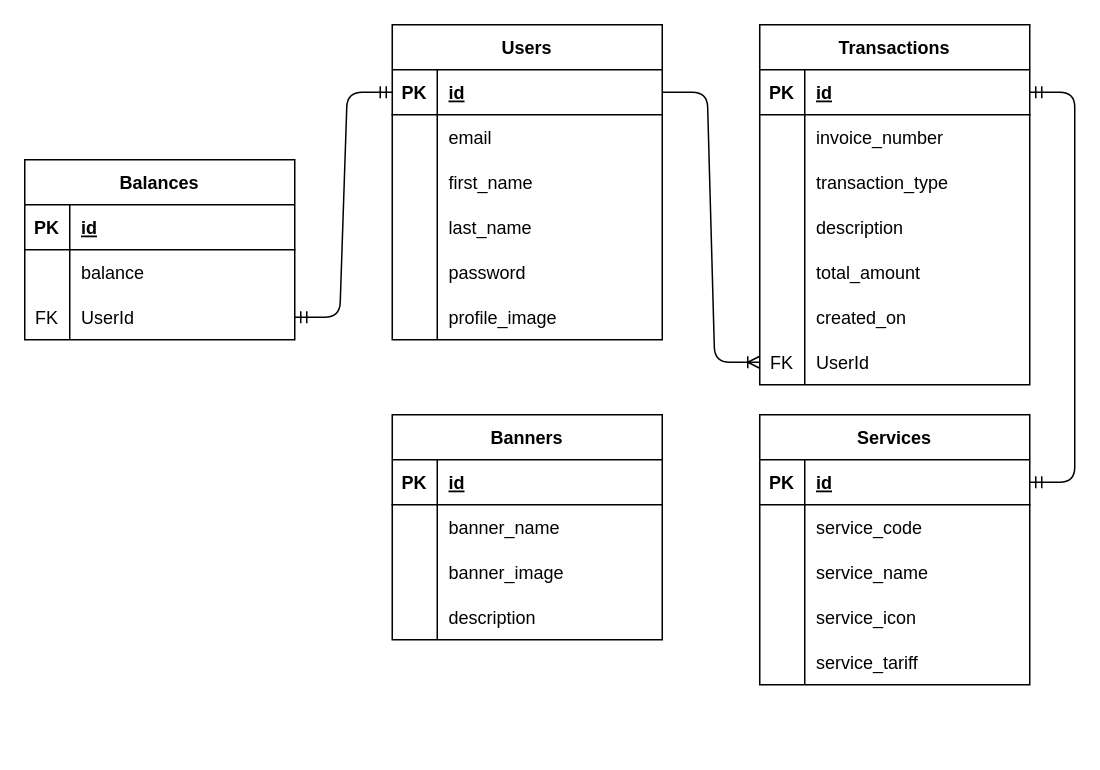
This is database-ERD.drawio from He12u/tht-api-nutech-integrasi, a draw.io file, before an edit. Source tidied: cells renumbered, new cells numbered last; positions are measured from the earlier drawing's top-left corner, leaving out a move shared by most shapes. Both pictures are drawn from the tidied source at 150%, with x=0, y=0 at pixel (24, 24).
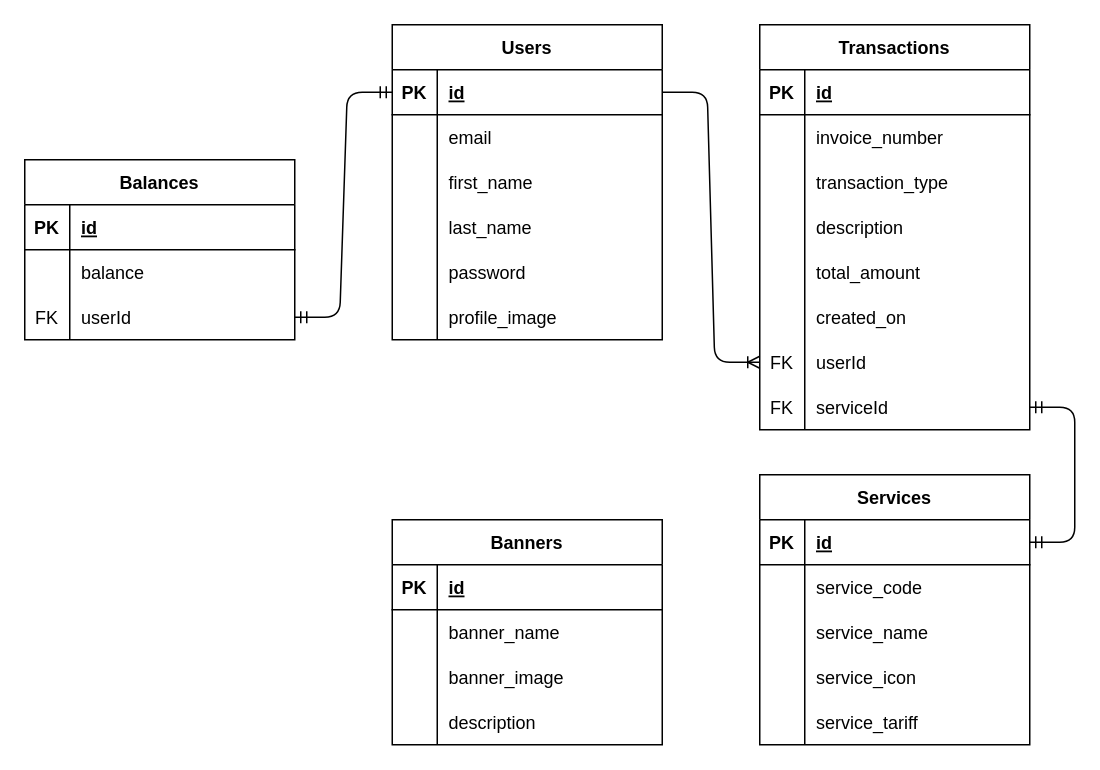
The same diagram, later.

Unchanged cells that the change refers to:
```xml
<mxCell id="28" style="shape=tableRow;horizontal=0;startSize=0;swimlaneHead=0;swimlaneBody=0;fillColor=none;points=[[0,0.5],[1,0.5]];portConstraint=eastwest;top=0;left=0;right=0;bottom=0;" parent="21" vertex="1">
  <mxGeometry y="90" width="180" height="30" as="geometry" />
</mxCell>
<mxCell id="32" style="shape=tableRow;horizontal=0;startSize=0;swimlaneHead=0;swimlaneBody=0;fillColor=none;points=[[0,0.5],[1,0.5]];portConstraint=eastwest;top=0;left=0;right=0;bottom=1;" parent="31" vertex="1">
  <mxGeometry y="30" width="180" height="30" as="geometry" />
</mxCell>
<mxCell id="50" style="shape=tableRow;horizontal=0;startSize=0;swimlaneHead=0;swimlaneBody=0;fillColor=none;points=[[0,0.5],[1,0.5]];portConstraint=eastwest;top=0;left=0;right=0;bottom=0;" parent="31" vertex="1">
  <mxGeometry y="210" width="180" height="30" as="geometry" />
</mxCell>
<mxCell id="67" style="shape=tableRow;horizontal=0;startSize=0;swimlaneHead=0;swimlaneBody=0;fillColor=none;points=[[0,0.5],[1,0.5]];portConstraint=eastwest;top=0;left=0;right=0;bottom=1;" parent="66" vertex="1">
  <mxGeometry y="30" width="180" height="30" as="geometry" />
</mxCell>
```

Change to the diagram source:
```diff
@@
-    <mxCell id="30" value="UserId" style="shape=partialRectangle;fillColor=none;top=0;left=0;bottom=0;right=0;align=left;spacingLeft=6;overflow=hidden;" parent="28" vertex="1">
+    <mxCell id="30" value="userId" style="shape=partialRectangle;fillColor=none;top=0;left=0;bottom=0;right=0;align=left;spacingLeft=6;overflow=hidden;" parent="28" vertex="1">
       <mxGeometry x="30" width="150" height="30" as="geometry" />
     </mxCell>
     <mxCell id="31" value="Transactions" style="shape=table;startSize=30;childLayout=tableLayout;rowLines=0;fontStyle=1;align=center;" parent="1" vertex="1">
-      <mxGeometry x="490" width="180" height="240" as="geometry" />
+      <mxGeometry x="490" width="180" height="270" as="geometry" />
     </mxCell>
@@
-    <mxCell id="52" value="UserId" style="shape=partialRectangle;fillColor=none;top=0;left=0;bottom=0;right=0;align=left;spacingLeft=6;overflow=hidden;" parent="50" vertex="1">
+    <mxCell id="52" value="userId" style="shape=partialRectangle;fillColor=none;top=0;left=0;bottom=0;right=0;align=left;spacingLeft=6;overflow=hidden;" parent="50" vertex="1">
       <mxGeometry x="30" width="150" height="30" as="geometry" />
     </mxCell>
+    <mxCell id="85" style="shape=tableRow;horizontal=0;startSize=0;swimlaneHead=0;swimlaneBody=0;fillColor=none;points=[[0,0.5],[1,0.5]];portConstraint=eastwest;top=0;left=0;right=0;bottom=0;" parent="31" vertex="1">
+      <mxGeometry y="240" width="180" height="30" as="geometry" />
+    </mxCell>
+    <mxCell id="86" value="FK" style="shape=partialRectangle;fillColor=none;top=0;left=0;bottom=0;right=0;overflow=hidden;" parent="85" vertex="1">
+      <mxGeometry width="30" height="30" as="geometry" />
+    </mxCell>
+    <mxCell id="87" value="serviceId" style="shape=partialRectangle;fillColor=none;top=0;left=0;bottom=0;right=0;align=left;spacingLeft=6;overflow=hidden;" parent="85" vertex="1">
+      <mxGeometry x="30" width="150" height="30" as="geometry" />
+    </mxCell>
     <mxCell id="53" value="Banners" style="shape=table;startSize=30;childLayout=tableLayout;rowLines=0;fontStyle=1;align=center;" parent="1" vertex="1">
-      <mxGeometry x="245" y="260" width="180" height="150" as="geometry" />
+      <mxGeometry x="245" y="330" width="180" height="150" as="geometry" />
     </mxCell>
@@
     <mxCell id="66" value="Services" style="shape=table;startSize=30;childLayout=tableLayout;rowLines=0;fontStyle=1;align=center;" parent="1" vertex="1">
-      <mxGeometry x="490" y="260" width="180" height="180" as="geometry" />
+      <mxGeometry x="490" y="300" width="180" height="180" as="geometry" />
     </mxCell>
@@
-    <mxCell id="84" style="edgeStyle=entityRelationEdgeStyle;fontSize=12;html=1;endArrow=ERmandOne;startArrow=ERmandOne;entryX=1;entryY=0.5;entryDx=0;entryDy=0;exitX=1;exitY=0.5;exitDx=0;exitDy=0;" parent="1" edge="1" source="67" target="32">
+    <mxCell id="84" style="edgeStyle=entityRelationEdgeStyle;fontSize=12;html=1;endArrow=ERmandOne;startArrow=ERmandOne;entryX=1;entryY=0.5;entryDx=0;entryDy=0;exitX=1;exitY=0.5;exitDx=0;exitDy=0;" parent="1" edge="1" source="67" target="85">
       <mxGeometry relative="1" as="geometry" />
     </mxCell>
```
